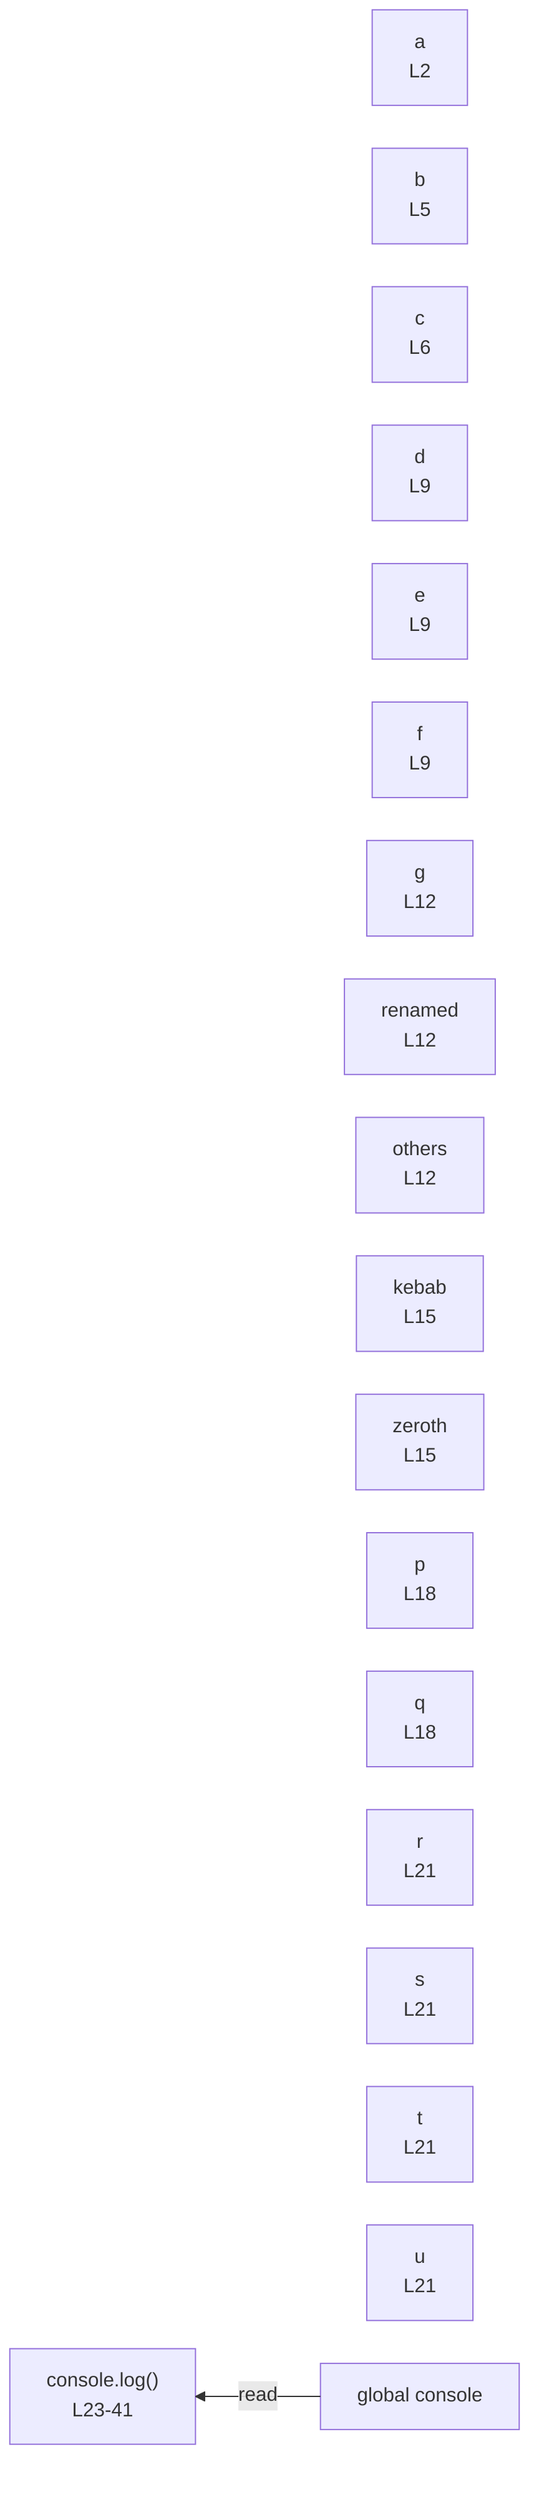
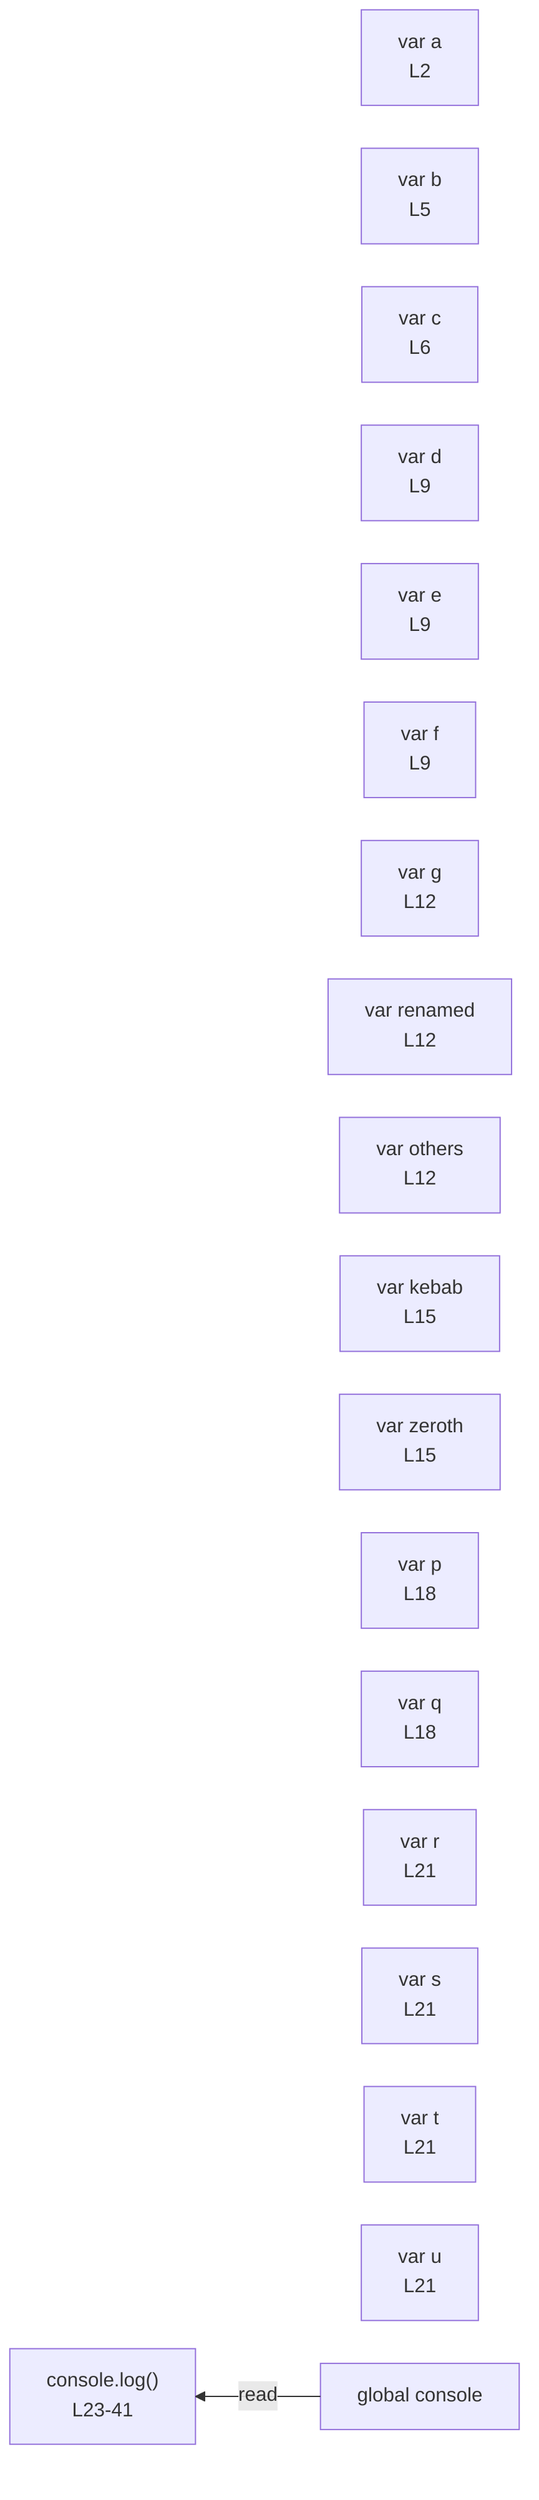
%%{init: {"flowchart": {"defaultRenderer": "elk"}}}%%
flowchart RL
-   n_scope_0_a_13["a<br/>L2"]
-   n_scope_0_b_49["b<br/>L5"]
-   n_scope_0_c_58["c<br/>L6"]
-   n_scope_0_d_112["d<br/>L9"]
-   n_scope_0_e_123["e<br/>L9"]
-   n_scope_0_f_129["f<br/>L9"]
-   n_scope_0_g_201["g<br/>L12"]
-   n_scope_0_renamed_207["renamed<br/>L12"]
-   n_scope_0_others_225["others<br/>L12"]
-   n_scope_0_kebab_319["kebab<br/>L15"]
-   n_scope_0_zeroth_329["zeroth<br/>L15"]
-   n_scope_0_p_427["p<br/>L18"]
-   n_scope_0_q_434["q<br/>L18"]
-   n_scope_0_r_508["r<br/>L21"]
-   n_scope_0_s_511["s<br/>L21"]
-   n_scope_0_t_521["t<br/>L21"]
-   n_scope_0_u_524["u<br/>L21"]
+   n_scope_0_a_13["var a<br/>L2"]
+   n_scope_0_b_49["var b<br/>L5"]
+   n_scope_0_c_58["var c<br/>L6"]
+   n_scope_0_d_112["var d<br/>L9"]
+   n_scope_0_e_123["var e<br/>L9"]
+   n_scope_0_f_129["var f<br/>L9"]
+   n_scope_0_g_201["var g<br/>L12"]
+   n_scope_0_renamed_207["var renamed<br/>L12"]
+   n_scope_0_others_225["var others<br/>L12"]
+   n_scope_0_kebab_319["var kebab<br/>L15"]
+   n_scope_0_zeroth_329["var zeroth<br/>L15"]
+   n_scope_0_p_427["var p<br/>L18"]
+   n_scope_0_q_434["var q<br/>L18"]
+   n_scope_0_r_508["var r<br/>L21"]
+   n_scope_0_s_511["var s<br/>L21"]
+   n_scope_0_t_521["var t<br/>L21"]
+   n_scope_0_u_524["var u<br/>L21"]
  n_scope_0_console_557["global console"]
  n_scope_0_console_557 -->|read| expr_stmt_557
  expr_stmt_557["console.log()<br/>L23-41"]
